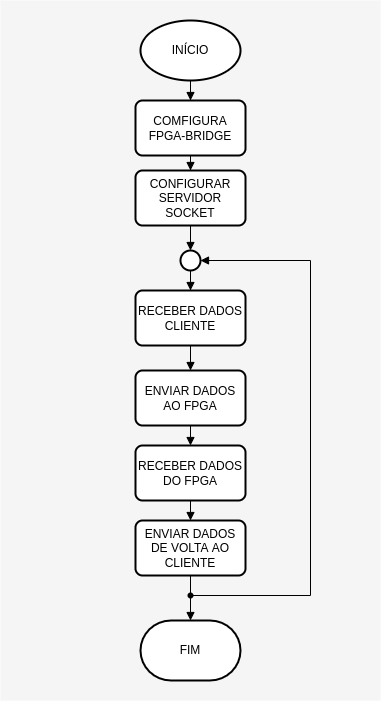
Above: imagens/fluxogramaServidor.png in NestorDP/dissertacao (draw.io), before the change. Source tidied: cells renumbered, new cells last; positions are measured from the earlier drawing's top-left corner, leaving out a move shared by most shapes. Source of this version:
```xml
<mxGraphModel>
  <root>
    <mxCell id="0" />
    <mxCell id="1" parent="0" />
    <mxCell id="2" style="rounded=0;whiteSpace=wrap;html=1;strokeColor=none;fillColor=#F5F5F5;" parent="1" vertex="1">
      <mxGeometry width="380" height="700" as="geometry" />
    </mxCell>
    <mxCell id="3" style="edgeStyle=orthogonalEdgeStyle;rounded=0;jettySize=auto;html=1;endArrow=block;endFill=1;" parent="1" edge="1" source="4" target="7">
      <mxGeometry relative="1" as="geometry" />
    </mxCell>
    <mxCell id="4" value="INÍCIO" style="strokeWidth=2;html=1;shape=mxgraph.flowchart.start_1;whiteSpace=wrap;" parent="1" vertex="1">
      <mxGeometry x="140" y="20" width="100" height="60" as="geometry" />
    </mxCell>
    <mxCell id="5" value="FIM" style="strokeWidth=2;html=1;shape=mxgraph.flowchart.terminator;whiteSpace=wrap;" parent="1" vertex="1">
      <mxGeometry x="140" y="620" width="100" height="60" as="geometry" />
    </mxCell>
    <mxCell id="6" style="edgeStyle=orthogonalEdgeStyle;rounded=0;jettySize=auto;html=1;endArrow=block;endFill=1;" parent="1" edge="1" source="7" target="9">
      <mxGeometry relative="1" as="geometry" />
    </mxCell>
    <mxCell id="7" value="COMFIGURA FPGA-BRIDGE" style="rounded=1;whiteSpace=wrap;html=1;absoluteArcSize=1;arcSize=14;strokeWidth=2;" parent="1" vertex="1">
      <mxGeometry x="135" y="100" width="110" height="55" as="geometry" />
    </mxCell>
    <mxCell id="8" style="edgeStyle=orthogonalEdgeStyle;rounded=0;jettySize=auto;html=1;endArrow=block;endFill=1;" parent="1" edge="1" source="9" target="19">
      <mxGeometry relative="1" as="geometry" />
    </mxCell>
    <mxCell id="9" value="CONFIGURAR SERVIDOR SOCKET" style="rounded=1;whiteSpace=wrap;html=1;absoluteArcSize=1;arcSize=14;strokeWidth=2;" parent="1" vertex="1">
      <mxGeometry x="135" y="170" width="110" height="55" as="geometry" />
    </mxCell>
    <mxCell id="10" style="edgeStyle=orthogonalEdgeStyle;rounded=0;jettySize=auto;html=1;exitX=0.5;exitY=1;exitDx=0;exitDy=0;entryX=0.5;entryY=0;entryDx=0;entryDy=0;endArrow=block;endFill=1;" parent="1" edge="1" source="11" target="13">
      <mxGeometry relative="1" as="geometry" />
    </mxCell>
    <mxCell id="11" value="RECEBER DADOS CLIENTE" style="rounded=1;whiteSpace=wrap;html=1;absoluteArcSize=1;arcSize=14;strokeWidth=2;" parent="1" vertex="1">
      <mxGeometry x="135" y="290" width="110" height="55" as="geometry" />
    </mxCell>
    <mxCell id="12" style="edgeStyle=orthogonalEdgeStyle;rounded=0;jettySize=auto;html=1;exitX=0.5;exitY=1;exitDx=0;exitDy=0;entryX=0.5;entryY=0;entryDx=0;entryDy=0;endArrow=block;endFill=1;" parent="1" edge="1" source="13" target="15">
      <mxGeometry relative="1" as="geometry" />
    </mxCell>
    <mxCell id="13" value="ENVIAR DADOS AO FPGA" style="rounded=1;whiteSpace=wrap;html=1;absoluteArcSize=1;arcSize=14;strokeWidth=2;" parent="1" vertex="1">
      <mxGeometry x="135" y="370" width="110" height="55" as="geometry" />
    </mxCell>
    <mxCell id="14" style="edgeStyle=orthogonalEdgeStyle;rounded=0;jettySize=auto;html=1;exitX=0.5;exitY=1;exitDx=0;exitDy=0;entryX=0.5;entryY=0;entryDx=0;entryDy=0;endArrow=block;endFill=1;" parent="1" edge="1" source="15" target="17">
      <mxGeometry relative="1" as="geometry" />
    </mxCell>
    <mxCell id="15" value="RECEBER DADOS DO FPGA" style="rounded=1;whiteSpace=wrap;html=1;absoluteArcSize=1;arcSize=14;strokeWidth=2;" parent="1" vertex="1">
      <mxGeometry x="135" y="445" width="110" height="55" as="geometry" />
    </mxCell>
    <mxCell id="16" style="edgeStyle=orthogonalEdgeStyle;rounded=0;jettySize=auto;html=1;exitX=0.5;exitY=1;exitDx=0;exitDy=0;endArrow=none;endFill=0;" parent="1" edge="1" source="17" target="22">
      <mxGeometry relative="1" as="geometry" />
    </mxCell>
    <mxCell id="17" value="ENVIAR DADOS DE VOLTA AO CLIENTE" style="rounded=1;whiteSpace=wrap;html=1;absoluteArcSize=1;arcSize=14;strokeWidth=2;" parent="1" vertex="1">
      <mxGeometry x="135" y="520" width="110" height="55" as="geometry" />
    </mxCell>
    <mxCell id="18" style="edgeStyle=orthogonalEdgeStyle;rounded=0;jettySize=auto;html=1;endArrow=block;endFill=1;" parent="1" edge="1" source="19" target="11">
      <mxGeometry relative="1" as="geometry" />
    </mxCell>
    <mxCell id="19" style="strokeWidth=2;html=1;shape=mxgraph.flowchart.start_2;whiteSpace=wrap;" parent="1" vertex="1">
      <mxGeometry x="180" y="250" width="20" height="20" as="geometry" />
    </mxCell>
    <mxCell id="20" style="edgeStyle=orthogonalEdgeStyle;rounded=0;jettySize=auto;html=1;entryX=0.5;entryY=0;entryDx=0;entryDy=0;entryPerimeter=0;endArrow=block;endFill=1;" parent="1" edge="1" source="22" target="5">
      <mxGeometry relative="1" as="geometry" />
    </mxCell>
    <mxCell id="21" style="edgeStyle=orthogonalEdgeStyle;rounded=0;jettySize=auto;html=1;entryX=1;entryY=0.5;entryDx=0;entryDy=0;entryPerimeter=0;endArrow=block;endFill=1;" parent="1" edge="1" source="22" target="19">
      <mxGeometry relative="1" as="geometry">
        <Array as="points">
          <mxPoint x="310" y="595" />
          <mxPoint x="310" y="260" />
        </Array>
      </mxGeometry>
    </mxCell>
    <mxCell id="22" style="shape=waypoint;sketch=0;fillStyle=solid;size=6;points=[];fillColor=none;perimeter=centerPerimeter;snapToPoint=1;" parent="1" vertex="1">
      <mxGeometry x="170" y="575" width="40" height="40" as="geometry" />
    </mxCell>
  </root>
</mxGraphModel>
```
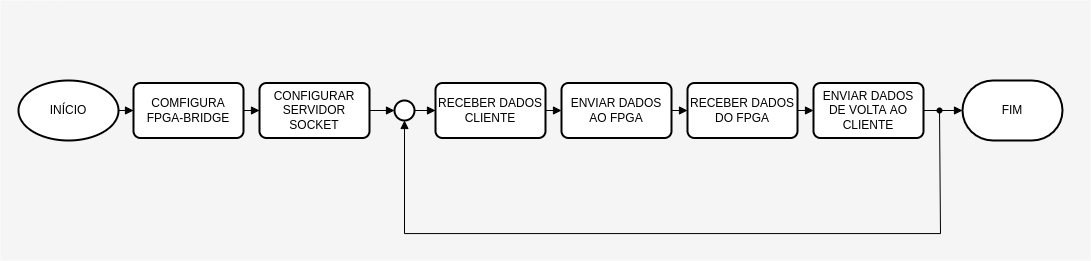
After the change.

Diff of the diagram source:
```diff
@@ -3,72 +3,73 @@
     <mxCell id="0" />
     <mxCell id="1" parent="0" />
     <mxCell id="2" style="rounded=0;whiteSpace=wrap;html=1;strokeColor=none;fillColor=#F5F5F5;" parent="1" vertex="1">
-      <mxGeometry width="380" height="700" as="geometry" />
+      <mxGeometry x="-220" y="-340" width="1090" height="260" as="geometry" />
     </mxCell>
     <mxCell id="3" style="edgeStyle=orthogonalEdgeStyle;rounded=0;jettySize=auto;html=1;endArrow=block;endFill=1;" parent="1" edge="1" source="4" target="7">
       <mxGeometry relative="1" as="geometry" />
     </mxCell>
     <mxCell id="4" value="INÍCIO" style="strokeWidth=2;html=1;shape=mxgraph.flowchart.start_1;whiteSpace=wrap;" parent="1" vertex="1">
-      <mxGeometry x="140" y="20" width="100" height="60" as="geometry" />
+      <mxGeometry x="-202" y="-260" width="100" height="60" as="geometry" />
     </mxCell>
     <mxCell id="5" value="FIM" style="strokeWidth=2;html=1;shape=mxgraph.flowchart.terminator;whiteSpace=wrap;" parent="1" vertex="1">
-      <mxGeometry x="140" y="620" width="100" height="60" as="geometry" />
+      <mxGeometry x="742" y="-260" width="100" height="60" as="geometry" />
     </mxCell>
     <mxCell id="6" style="edgeStyle=orthogonalEdgeStyle;rounded=0;jettySize=auto;html=1;endArrow=block;endFill=1;" parent="1" edge="1" source="7" target="9">
       <mxGeometry relative="1" as="geometry" />
     </mxCell>
     <mxCell id="7" value="COMFIGURA FPGA-BRIDGE" style="rounded=1;whiteSpace=wrap;html=1;absoluteArcSize=1;arcSize=14;strokeWidth=2;" parent="1" vertex="1">
-      <mxGeometry x="135" y="100" width="110" height="55" as="geometry" />
+      <mxGeometry x="-87" y="-257.5" width="110" height="55" as="geometry" />
     </mxCell>
     <mxCell id="8" style="edgeStyle=orthogonalEdgeStyle;rounded=0;jettySize=auto;html=1;endArrow=block;endFill=1;" parent="1" edge="1" source="9" target="19">
       <mxGeometry relative="1" as="geometry" />
     </mxCell>
     <mxCell id="9" value="CONFIGURAR SERVIDOR SOCKET" style="rounded=1;whiteSpace=wrap;html=1;absoluteArcSize=1;arcSize=14;strokeWidth=2;" parent="1" vertex="1">
-      <mxGeometry x="135" y="170" width="110" height="55" as="geometry" />
+      <mxGeometry x="39" y="-257.5" width="110" height="55" as="geometry" />
     </mxCell>
-    <mxCell id="10" style="edgeStyle=orthogonalEdgeStyle;rounded=0;jettySize=auto;html=1;exitX=0.5;exitY=1;exitDx=0;exitDy=0;entryX=0.5;entryY=0;entryDx=0;entryDy=0;endArrow=block;endFill=1;" parent="1" edge="1" source="11" target="13">
+    <mxCell id="10" style="edgeStyle=orthogonalEdgeStyle;rounded=0;jettySize=auto;html=1;exitX=1;exitY=0.5;exitDx=0;exitDy=0;entryX=0;entryY=0.5;entryDx=0;entryDy=0;endArrow=block;endFill=1;" parent="1" edge="1" source="11" target="13">
       <mxGeometry relative="1" as="geometry" />
     </mxCell>
     <mxCell id="11" value="RECEBER DADOS CLIENTE" style="rounded=1;whiteSpace=wrap;html=1;absoluteArcSize=1;arcSize=14;strokeWidth=2;" parent="1" vertex="1">
-      <mxGeometry x="135" y="290" width="110" height="55" as="geometry" />
+      <mxGeometry x="215" y="-257.5" width="110" height="55" as="geometry" />
     </mxCell>
-    <mxCell id="12" style="edgeStyle=orthogonalEdgeStyle;rounded=0;jettySize=auto;html=1;exitX=0.5;exitY=1;exitDx=0;exitDy=0;entryX=0.5;entryY=0;entryDx=0;entryDy=0;endArrow=block;endFill=1;" parent="1" edge="1" source="13" target="15">
+    <mxCell id="12" style="edgeStyle=orthogonalEdgeStyle;rounded=0;jettySize=auto;html=1;exitX=1;exitY=0.5;exitDx=0;exitDy=0;entryX=0;entryY=0.5;entryDx=0;entryDy=0;endArrow=block;endFill=1;" parent="1" edge="1" source="13" target="15">
       <mxGeometry relative="1" as="geometry" />
     </mxCell>
     <mxCell id="13" value="ENVIAR DADOS AO FPGA" style="rounded=1;whiteSpace=wrap;html=1;absoluteArcSize=1;arcSize=14;strokeWidth=2;" parent="1" vertex="1">
-      <mxGeometry x="135" y="370" width="110" height="55" as="geometry" />
+      <mxGeometry x="341" y="-257.5" width="110" height="55" as="geometry" />
     </mxCell>
-    <mxCell id="14" style="edgeStyle=orthogonalEdgeStyle;rounded=0;jettySize=auto;html=1;exitX=0.5;exitY=1;exitDx=0;exitDy=0;entryX=0.5;entryY=0;entryDx=0;entryDy=0;endArrow=block;endFill=1;" parent="1" edge="1" source="15" target="17">
+    <mxCell id="14" style="edgeStyle=orthogonalEdgeStyle;rounded=0;jettySize=auto;html=1;exitX=1;exitY=0.5;exitDx=0;exitDy=0;entryX=0;entryY=0.5;entryDx=0;entryDy=0;endArrow=block;endFill=1;" parent="1" edge="1" source="15" target="17">
       <mxGeometry relative="1" as="geometry" />
     </mxCell>
     <mxCell id="15" value="RECEBER DADOS DO FPGA" style="rounded=1;whiteSpace=wrap;html=1;absoluteArcSize=1;arcSize=14;strokeWidth=2;" parent="1" vertex="1">
-      <mxGeometry x="135" y="445" width="110" height="55" as="geometry" />
+      <mxGeometry x="467" y="-257.5" width="110" height="55" as="geometry" />
     </mxCell>
-    <mxCell id="16" style="edgeStyle=orthogonalEdgeStyle;rounded=0;jettySize=auto;html=1;exitX=0.5;exitY=1;exitDx=0;exitDy=0;endArrow=none;endFill=0;" parent="1" edge="1" source="17" target="22">
+    <mxCell id="16" style="edgeStyle=orthogonalEdgeStyle;rounded=0;jettySize=auto;html=1;exitX=1;exitY=0.5;exitDx=0;exitDy=0;endArrow=none;endFill=0;" parent="1" edge="1" source="17" target="22">
       <mxGeometry relative="1" as="geometry" />
     </mxCell>
     <mxCell id="17" value="ENVIAR DADOS DE VOLTA AO CLIENTE" style="rounded=1;whiteSpace=wrap;html=1;absoluteArcSize=1;arcSize=14;strokeWidth=2;" parent="1" vertex="1">
-      <mxGeometry x="135" y="520" width="110" height="55" as="geometry" />
+      <mxGeometry x="593" y="-257.5" width="110" height="55" as="geometry" />
     </mxCell>
     <mxCell id="18" style="edgeStyle=orthogonalEdgeStyle;rounded=0;jettySize=auto;html=1;endArrow=block;endFill=1;" parent="1" edge="1" source="19" target="11">
       <mxGeometry relative="1" as="geometry" />
     </mxCell>
     <mxCell id="19" style="strokeWidth=2;html=1;shape=mxgraph.flowchart.start_2;whiteSpace=wrap;" parent="1" vertex="1">
-      <mxGeometry x="180" y="250" width="20" height="20" as="geometry" />
+      <mxGeometry x="174" y="-240" width="20" height="20" as="geometry" />
     </mxCell>
-    <mxCell id="20" style="edgeStyle=orthogonalEdgeStyle;rounded=0;jettySize=auto;html=1;entryX=0.5;entryY=0;entryDx=0;entryDy=0;entryPerimeter=0;endArrow=block;endFill=1;" parent="1" edge="1" source="22" target="5">
+    <mxCell id="20" style="edgeStyle=orthogonalEdgeStyle;rounded=0;jettySize=auto;html=1;entryX=0;entryY=0.5;entryDx=0;entryDy=0;entryPerimeter=0;endArrow=block;endFill=1;" parent="1" edge="1" source="22" target="5">
       <mxGeometry relative="1" as="geometry" />
     </mxCell>
-    <mxCell id="21" style="edgeStyle=orthogonalEdgeStyle;rounded=0;jettySize=auto;html=1;entryX=1;entryY=0.5;entryDx=0;entryDy=0;entryPerimeter=0;endArrow=block;endFill=1;" parent="1" edge="1" source="22" target="19">
+    <mxCell id="21" style="edgeStyle=orthogonalEdgeStyle;rounded=0;jettySize=auto;html=1;entryX=0.5;entryY=1;entryDx=0;entryDy=0;entryPerimeter=0;endArrow=block;endFill=1;" parent="1" edge="1" source="22" target="19">
       <mxGeometry relative="1" as="geometry">
         <Array as="points">
-          <mxPoint x="310" y="595" />
-          <mxPoint x="310" y="260" />
+          <mxPoint x="720" y="-230" />
+          <mxPoint x="720" y="-107" />
+          <mxPoint x="184" y="-107" />
         </Array>
       </mxGeometry>
     </mxCell>
     <mxCell id="22" style="shape=waypoint;sketch=0;fillStyle=solid;size=6;points=[];fillColor=none;perimeter=centerPerimeter;snapToPoint=1;" parent="1" vertex="1">
-      <mxGeometry x="170" y="575" width="40" height="40" as="geometry" />
+      <mxGeometry x="699" y="-250" width="40" height="40" as="geometry" />
     </mxCell>
   </root>
 </mxGraphModel>
```
